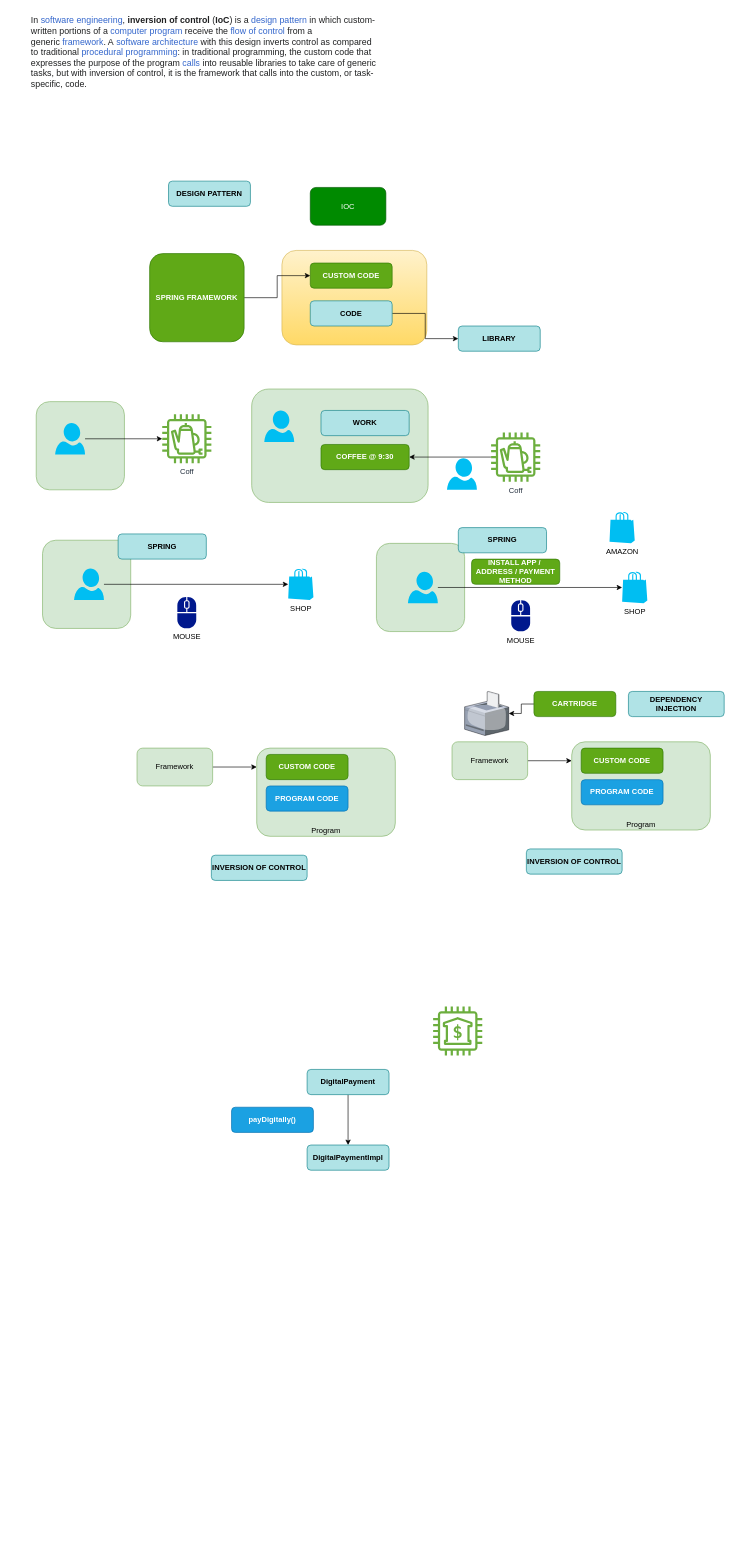
aushub230123/ausGit keeps this draw.io diagram as page "IOC AND DI" (8 of 8) of LET US DRAW/LET US DRAW.drawio. Above is the earlier version. Source tidied: cells renumbered, new cells numbered last; positions are measured from the earlier drawing's top-left corner, leaving out a move shared by most shapes. Both pictures are drawn from the tidied source at 63%, with x=0, y=0 at pixel (30, 11). Pictures stored in the file or linked from it are replaced by grey dashed boxes.
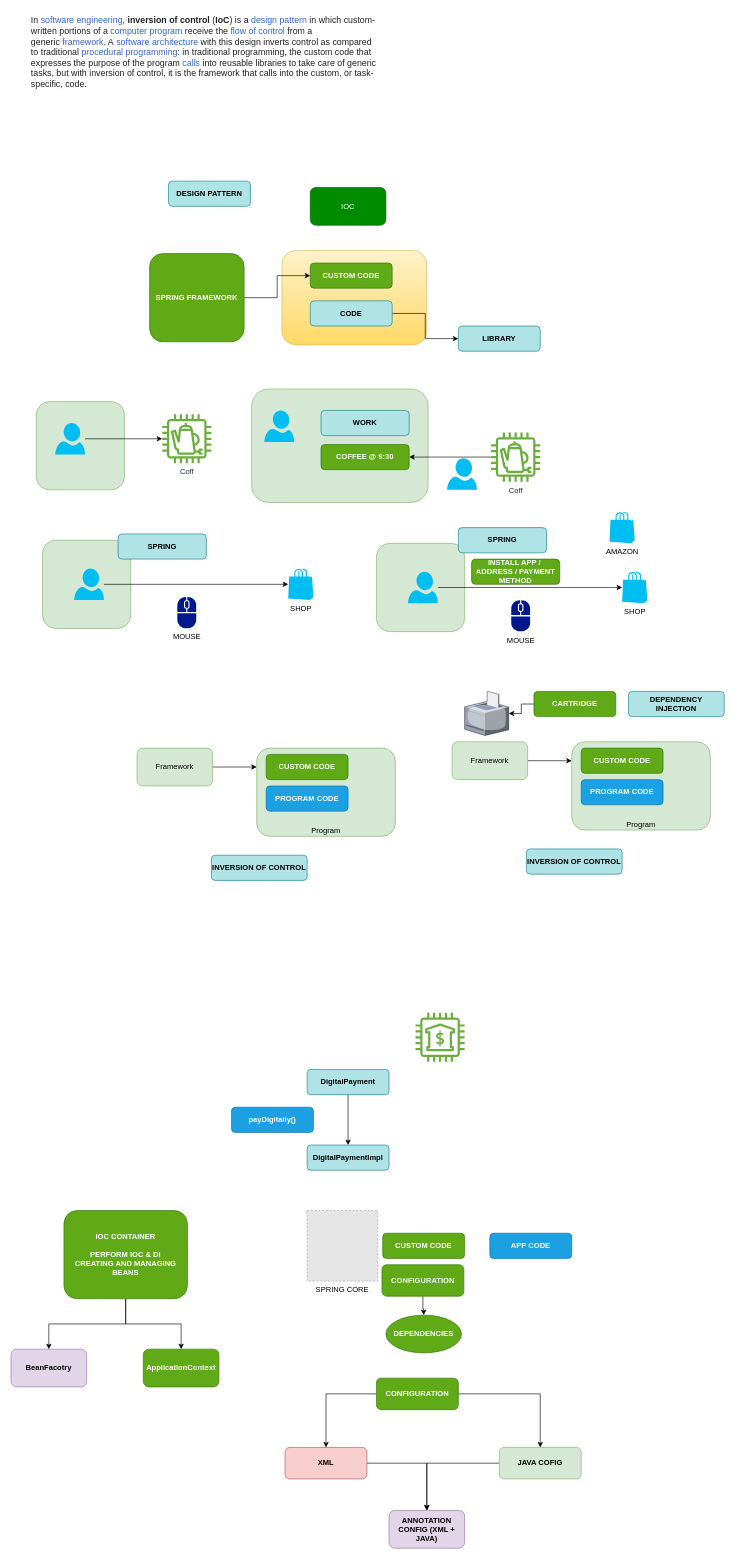
The same diagram, later.

The edit, as a diff of the source:
```diff
@@
     <mxCell id="53" style="sketch=0;fontColor=#232F3E;gradientColor=none;fillColor=#6CAE3E;strokeColor=none;dashed=0;verticalLabelPosition=bottom;verticalAlign=top;align=center;html=1;fontSize=12;fontStyle=0;shape=mxgraph.aws4.bank;" parent="1" vertex="1">
-      <mxGeometry x="640" y="1580" width="78" height="78" as="geometry" />
+      <mxGeometry x="612" y="1590" width="78" height="78" as="geometry" />
     </mxCell>
@@
+    <mxCell id="58" value="CUSTOM CODE" style="rounded=1;whiteSpace=wrap;html=1;fillColor=#60a917;strokeColor=#2D7600;fontStyle=1;verticalAlign=middle;fontColor=#ffffff;" parent="1" vertex="1">
+      <mxGeometry x="560" y="1940" width="130" height="40" as="geometry" />
+    </mxCell>
+    <mxCell id="59" value="SPRING CORE" style="fillColor=#E6E6E6;strokeColor=#999999;dashed=1;verticalLabelPosition=bottom;labelBackgroundColor=#ffffff;verticalAlign=top;" parent="1" vertex="1">
+      <mxGeometry x="440" y="1904" width="112" height="112" as="geometry" />
+    </mxCell>
+    <mxCell id="60" value="APP CODE" style="rounded=1;whiteSpace=wrap;html=1;fillColor=#1ba1e2;strokeColor=#006EAF;fontStyle=1;verticalAlign=middle;fontColor=#ffffff;" parent="1" vertex="1">
+      <mxGeometry x="730" y="1940" width="130" height="40" as="geometry" />
+    </mxCell>
+    <mxCell id="61" style="edgeStyle=orthogonalEdgeStyle;rounded=0;jettySize=auto;html=1;" parent="1" edge="1" source="62" target="63">
+      <mxGeometry relative="1" as="geometry" />
+    </mxCell>
+    <mxCell id="62" value="CONFIGURATION" style="rounded=1;whiteSpace=wrap;html=1;fillColor=#60a917;strokeColor=#2D7600;fontStyle=1;verticalAlign=middle;fontColor=#ffffff;" parent="1" vertex="1">
+      <mxGeometry x="558.8" y="1990" width="130" height="50" as="geometry" />
+    </mxCell>
+    <mxCell id="63" value="DEPENDENCIES" style="ellipse;whiteSpace=wrap;html=1;rounded=1;fontColor=#ffffff;fontStyle=1;strokeColor=#2D7600;fillColor=#60a917;" parent="1" vertex="1">
+      <mxGeometry x="565" y="2070" width="120" height="60" as="geometry" />
+    </mxCell>
+    <mxCell id="64" style="edgeStyle=orthogonalEdgeStyle;rounded=0;jettySize=auto;html=1;" parent="1" edge="1" source="66" target="68">
+      <mxGeometry relative="1" as="geometry" />
+    </mxCell>
+    <mxCell id="65" style="edgeStyle=orthogonalEdgeStyle;rounded=0;jettySize=auto;html=1;" parent="1" edge="1" source="66" target="70">
+      <mxGeometry relative="1" as="geometry" />
+    </mxCell>
+    <mxCell id="66" value="CONFIGURATION" style="rounded=1;whiteSpace=wrap;html=1;fillColor=#60a917;strokeColor=#2D7600;fontStyle=1;verticalAlign=middle;fontColor=#ffffff;" parent="1" vertex="1">
+      <mxGeometry x="550" y="2170" width="130" height="50" as="geometry" />
+    </mxCell>
+    <mxCell id="67" style="edgeStyle=orthogonalEdgeStyle;rounded=0;jettySize=auto;html=1;" parent="1" edge="1" source="68" target="71">
+      <mxGeometry relative="1" as="geometry" />
+    </mxCell>
+    <mxCell id="68" value="XML" style="rounded=1;whiteSpace=wrap;html=1;fillColor=#f8cecc;strokeColor=#b85450;fontStyle=1;verticalAlign=middle;" parent="1" vertex="1">
+      <mxGeometry x="405" y="2280" width="130" height="50" as="geometry" />
+    </mxCell>
+    <mxCell id="69" style="edgeStyle=orthogonalEdgeStyle;rounded=0;jettySize=auto;html=1;entryX=0.5;entryY=0;entryDx=0;entryDy=0;" parent="1" edge="1" source="70" target="71">
+      <mxGeometry relative="1" as="geometry" />
+    </mxCell>
+    <mxCell id="70" value="JAVA COFIG" style="rounded=1;whiteSpace=wrap;html=1;fillColor=#d5e8d4;strokeColor=#82b366;fontStyle=1;verticalAlign=middle;" parent="1" vertex="1">
+      <mxGeometry x="745" y="2280" width="130" height="50" as="geometry" />
+    </mxCell>
+    <mxCell id="71" value="ANNOTATION CONFIG (XML + JAVA)" style="whiteSpace=wrap;html=1;rounded=1;fontStyle=1;strokeColor=#9673a6;fillColor=#e1d5e7;" parent="1" vertex="1">
+      <mxGeometry x="570" y="2380" width="120" height="60" as="geometry" />
+    </mxCell>
+    <mxCell id="72" style="edgeStyle=orthogonalEdgeStyle;rounded=0;jettySize=auto;html=1;" parent="1" edge="1" source="74" target="75">
+      <mxGeometry relative="1" as="geometry" />
+    </mxCell>
+    <mxCell id="73" style="edgeStyle=orthogonalEdgeStyle;rounded=0;jettySize=auto;html=1;" parent="1" edge="1" source="74" target="76">
+      <mxGeometry relative="1" as="geometry" />
+    </mxCell>
+    <mxCell id="74" value="IOC CONTAINER&lt;br&gt;&lt;br&gt;PERFORM IOC &amp;amp; DI&lt;br&gt;CREATING AND MANAGING BEANS" style="rounded=1;whiteSpace=wrap;html=1;fillColor=#60a917;strokeColor=#2D7600;fontStyle=1;verticalAlign=middle;fontColor=#ffffff;" parent="1" vertex="1">
+      <mxGeometry x="54" y="1904" width="196" height="140" as="geometry" />
+    </mxCell>
+    <mxCell id="75" value="BeanFacotry" style="whiteSpace=wrap;html=1;rounded=1;fontStyle=1;strokeColor=#9673a6;fillColor=#e1d5e7;" parent="1" vertex="1">
+      <mxGeometry x="-30" y="2124" width="120" height="60" as="geometry" />
+    </mxCell>
+    <mxCell id="76" value="ApplicationContext" style="whiteSpace=wrap;html=1;rounded=1;fontColor=#ffffff;fontStyle=1;strokeColor=#2D7600;fillColor=#60a917;" parent="1" vertex="1">
+      <mxGeometry x="180" y="2124" width="120" height="60" as="geometry" />
+    </mxCell>
```
